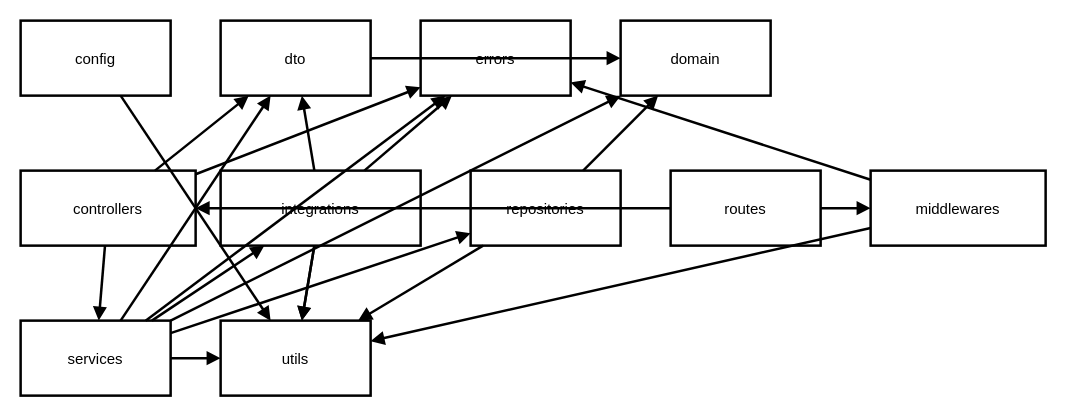
This is docs/diagrama-pacotes.drawio.xml from LucasSdS/tcc-convenio-backend, a draw.io file, before an edit. Source tidied: cells renumbered, new cells numbered last; positions are measured from the earlier drawing's top-left corner, leaving out a move shared by most shapes. Both pictures are drawn from the tidied source at 125%, with x=0, y=0 at pixel (20, 20).
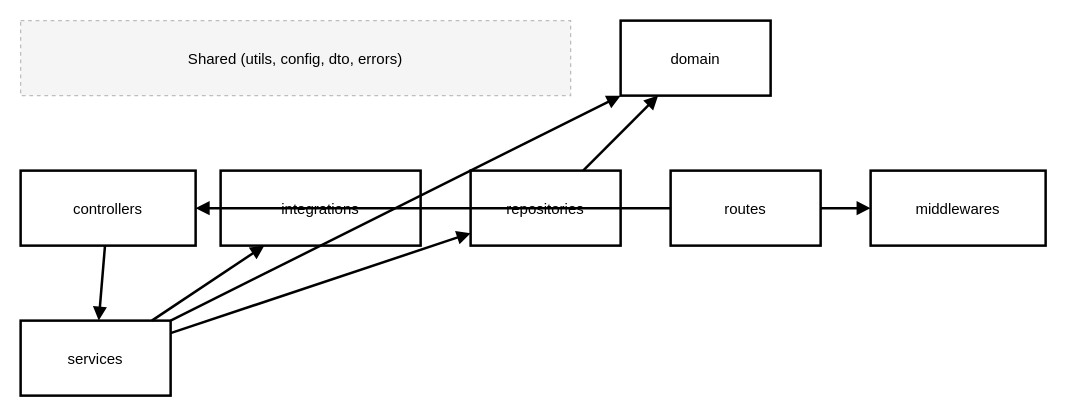
The same page after the edit.

Commit message (it also covers changes not shown here):
Docs: *Ajustando modelagem da arquitetura

Unchanged cells that the change refers to:
```xml
<mxCell id="5" value="domain" style="rounded=0;strokeWidth=2;" parent="1" vertex="1">
  <mxGeometry x="480" width="120" height="60" as="geometry" />
</mxCell>
<mxCell id="6" value="controllers" style="rounded=0;strokeWidth=2;" parent="1" vertex="1">
  <mxGeometry y="120" width="140" height="60" as="geometry" />
</mxCell>
<mxCell id="7" value="integrations" style="rounded=0;strokeWidth=2;" parent="1" vertex="1">
  <mxGeometry x="160" y="120" width="160" height="60" as="geometry" />
</mxCell>
<mxCell id="8" value="repositories" style="rounded=0;strokeWidth=2;" parent="1" vertex="1">
  <mxGeometry x="360" y="120" width="120" height="60" as="geometry" />
</mxCell>
<mxCell id="9" value="routes" style="rounded=0;strokeWidth=2;" parent="1" vertex="1">
  <mxGeometry x="520" y="120" width="120" height="60" as="geometry" />
</mxCell>
<mxCell id="10" value="middlewares" style="rounded=0;strokeWidth=2;" parent="1" vertex="1">
  <mxGeometry x="680" y="120" width="140" height="60" as="geometry" />
</mxCell>
<mxCell id="11" value="services" style="rounded=0;strokeWidth=2;" parent="1" vertex="1">
  <mxGeometry y="240" width="120" height="60" as="geometry" />
</mxCell>
```

The edit, as a diff of the source:
```diff
@@
-    <mxCell id="2" value="config" style="rounded=0;strokeWidth=2;" parent="1" vertex="1">
-      <mxGeometry width="120" height="60" as="geometry" />
-    </mxCell>
-    <mxCell id="3" value="dto" style="rounded=0;strokeWidth=2;" parent="1" vertex="1">
-      <mxGeometry x="160" width="120" height="60" as="geometry" />
-    </mxCell>
-    <mxCell id="4" value="errors" style="rounded=0;strokeWidth=2;" parent="1" vertex="1">
-      <mxGeometry x="320" width="120" height="60" as="geometry" />
-    </mxCell>
+    <mxCell id="34" value="Shared (utils, config, dto, errors)" style="rounded=0;strokeWidth=1;dashed=1;fillColor=#f5f5f5;strokeColor=#bdbdbd;" parent="1" vertex="1">
+      <mxGeometry width="440" height="60" as="geometry" />
+    </mxCell>
@@
-    <mxCell id="12" value="utils" style="rounded=0;strokeWidth=2;" parent="1" vertex="1">
-      <mxGeometry x="160" y="240" width="120" height="60" as="geometry" />
-    </mxCell>
-    <mxCell id="13" style="endArrow=block;strokeWidth=2;" parent="1" edge="1" source="6" target="11">
+    <mxCell id="13" style="endArrow=block;strokeWidth=2;" parent="1" edge="1" source="9" target="6">
       <mxGeometry relative="1" as="geometry" />
     </mxCell>
-    <mxCell id="14" style="endArrow=block;strokeWidth=2;" parent="1" edge="1" source="6" target="3">
+    <mxCell id="14" style="endArrow=block;strokeWidth=2;" parent="1" edge="1" source="9" target="10">
       <mxGeometry relative="1" as="geometry" />
     </mxCell>
-    <mxCell id="15" style="endArrow=block;strokeWidth=2;" parent="1" edge="1" source="6" target="4">
+    <mxCell id="15" style="endArrow=block;strokeWidth=2;" parent="1" edge="1" source="6" target="11">
       <mxGeometry relative="1" as="geometry" />
     </mxCell>
-    <mxCell id="16" style="endArrow=block;strokeWidth=2;" parent="1" edge="1" source="9" target="6">
-      <mxGeometry relative="1" as="geometry" />
-    </mxCell>
-    <mxCell id="17" style="endArrow=block;strokeWidth=2;" parent="1" edge="1" source="9" target="10">
-      <mxGeometry relative="1" as="geometry" />
-    </mxCell>
@@
-    <mxCell id="20" style="endArrow=block;strokeWidth=2;" parent="1" edge="1" source="11" target="3">
-      <mxGeometry relative="1" as="geometry" />
-    </mxCell>
@@
-    <mxCell id="22" style="endArrow=block;strokeWidth=2;" parent="1" edge="1" source="11" target="12">
-      <mxGeometry relative="1" as="geometry" />
-    </mxCell>
-    <mxCell id="23" style="endArrow=block;strokeWidth=2;" parent="1" edge="1" source="11" target="4">
-      <mxGeometry relative="1" as="geometry" />
-    </mxCell>
@@
-    <mxCell id="25" style="endArrow=block;strokeWidth=2;" parent="1" edge="1" source="8" target="12">
-      <mxGeometry relative="1" as="geometry" />
-    </mxCell>
-    <mxCell id="26" style="endArrow=block;strokeWidth=2;" parent="1" edge="1" source="7" target="3">
-      <mxGeometry relative="1" as="geometry" />
-    </mxCell>
-    <mxCell id="27" style="endArrow=block;strokeWidth=2;" parent="1" edge="1" source="7" target="12">
-      <mxGeometry relative="1" as="geometry" />
-    </mxCell>
-    <mxCell id="28" style="endArrow=block;strokeWidth=2;" parent="1" edge="1" source="7" target="4">
-      <mxGeometry relative="1" as="geometry" />
-    </mxCell>
-    <mxCell id="29" style="endArrow=block;strokeWidth=2;" parent="1" edge="1" source="7" target="12">
-      <mxGeometry relative="1" as="geometry" />
-    </mxCell>
-    <mxCell id="30" style="endArrow=block;strokeWidth=2;" parent="1" edge="1" source="3" target="5">
-      <mxGeometry relative="1" as="geometry" />
-    </mxCell>
-    <mxCell id="31" style="endArrow=block;strokeWidth=2;" parent="1" edge="1" source="10" target="12">
-      <mxGeometry relative="1" as="geometry" />
-    </mxCell>
-    <mxCell id="32" style="endArrow=block;strokeWidth=2;" parent="1" edge="1" source="10" target="4">
-      <mxGeometry relative="1" as="geometry" />
-    </mxCell>
-    <mxCell id="33" style="endArrow=block;strokeWidth=2;" parent="1" edge="1" source="2" target="12">
-      <mxGeometry relative="1" as="geometry" />
-    </mxCell>
```
